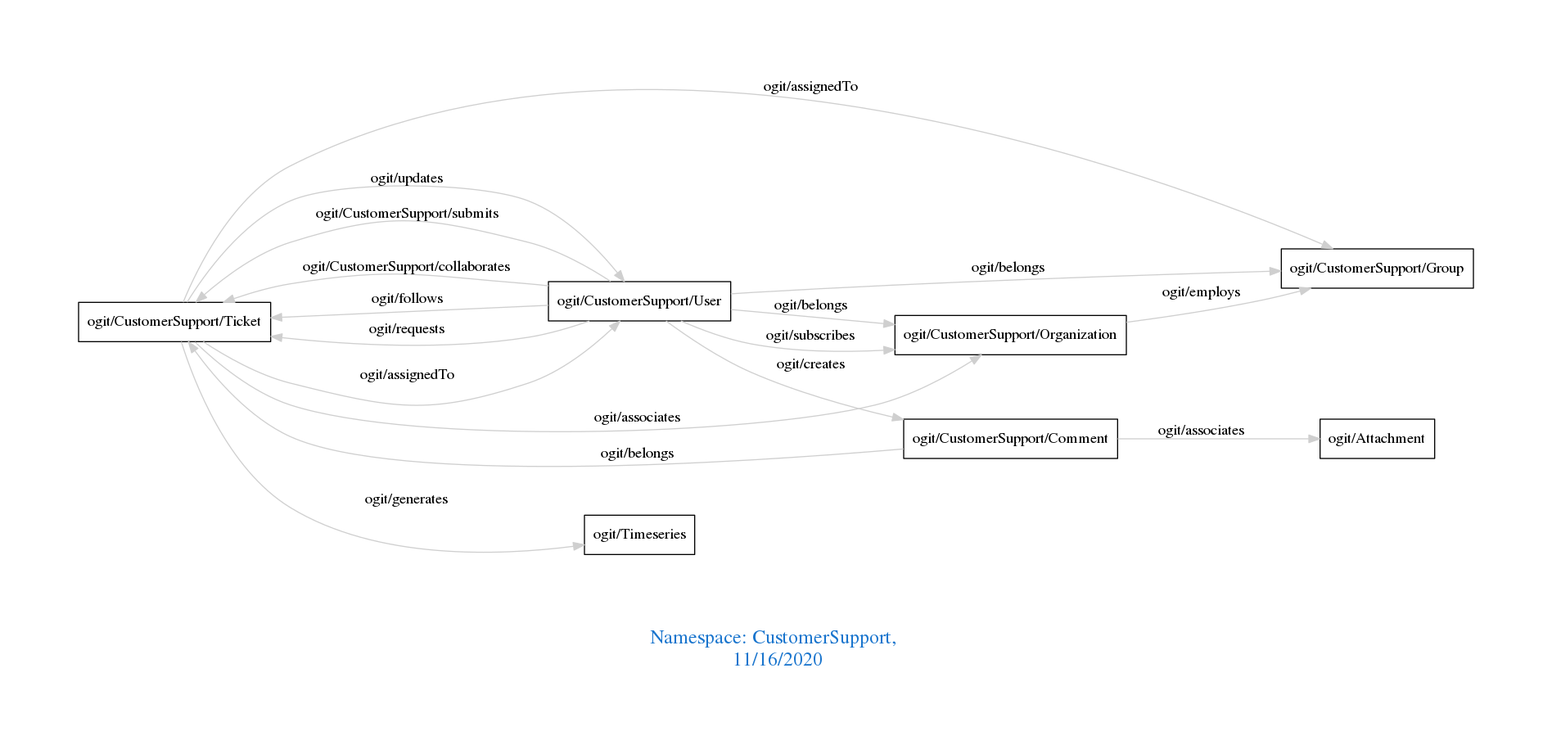
Above: downloads/CustomerSupport.png in arago/OGIT (Graphviz), before the change. Its source is kept beside it as downloads/CustomerSupport.dot.
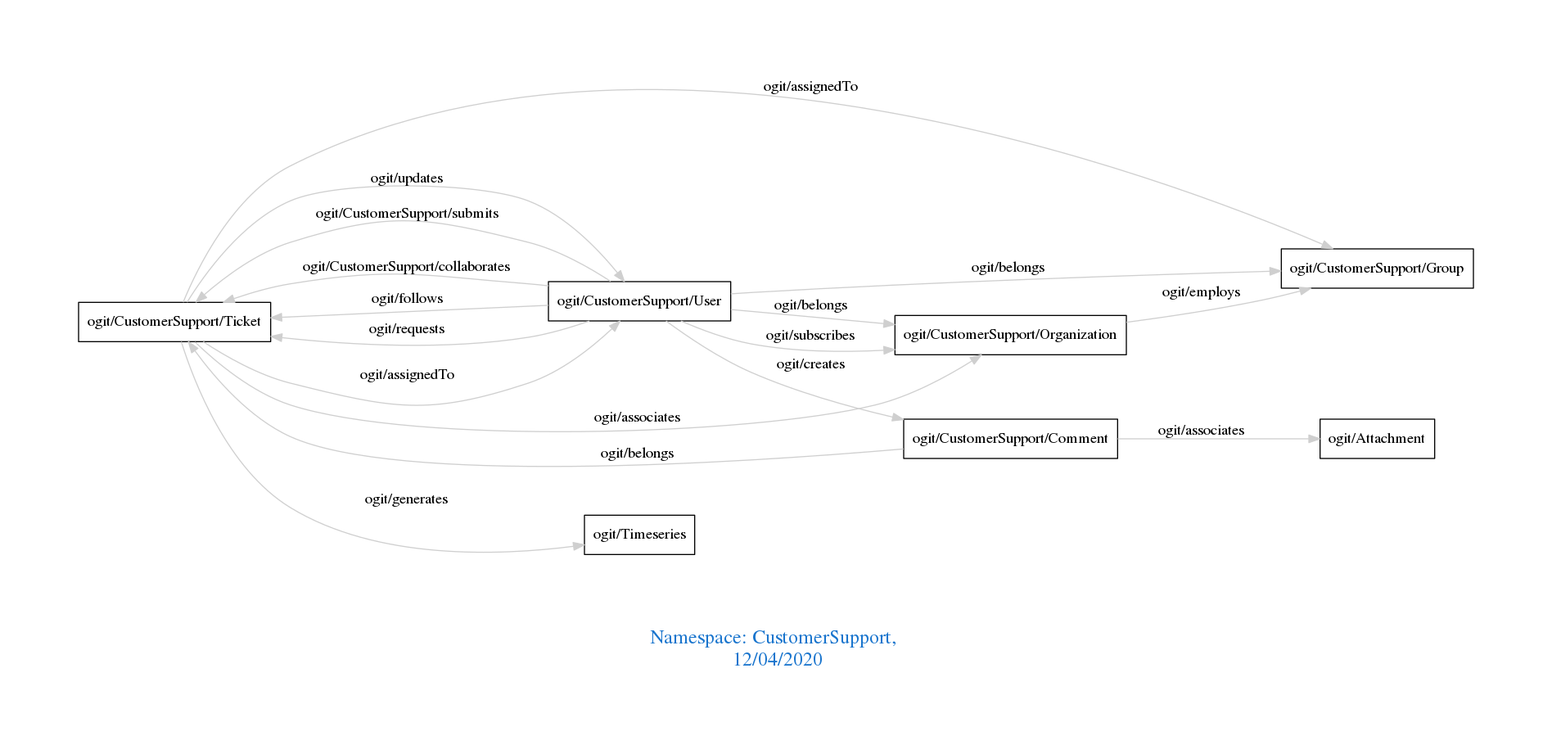
After the change.

Diff of the diagram source:
```diff
@@ -1,7 +1,7 @@
 digraph OGIT_ontology {
  graph [ rankdir= LR,pad=1
 fontsize = 18,
-fontcolor= dodgerblue3,label = "\n\n\nNamespace: CustomerSupport, \n 11/16/2020"];
+fontcolor= dodgerblue3,label = "\n\n\nNamespace: CustomerSupport, \n 12/04/2020"];
 node[shape=polygon];
 edge [  color="gray81"];
 
```
